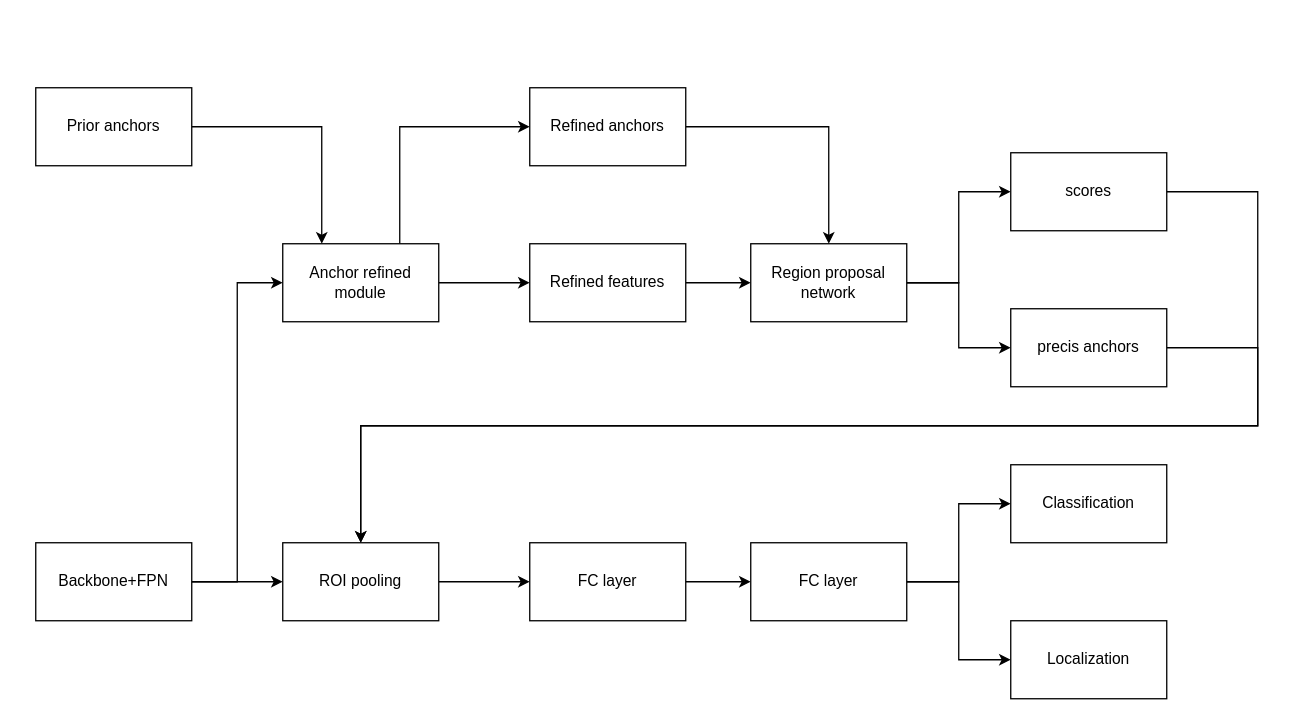
This is Untitled Diagram.drawio from CurryYuan/Pictures, a draw.io file, before an edit. Source tidied: cells renumbered, new cells numbered last; positions are measured from the earlier drawing's top-left corner, leaving out a move shared by most shapes. Both pictures are drawn from the tidied source at 130%, with x=0, y=0 at pixel (35, 87).
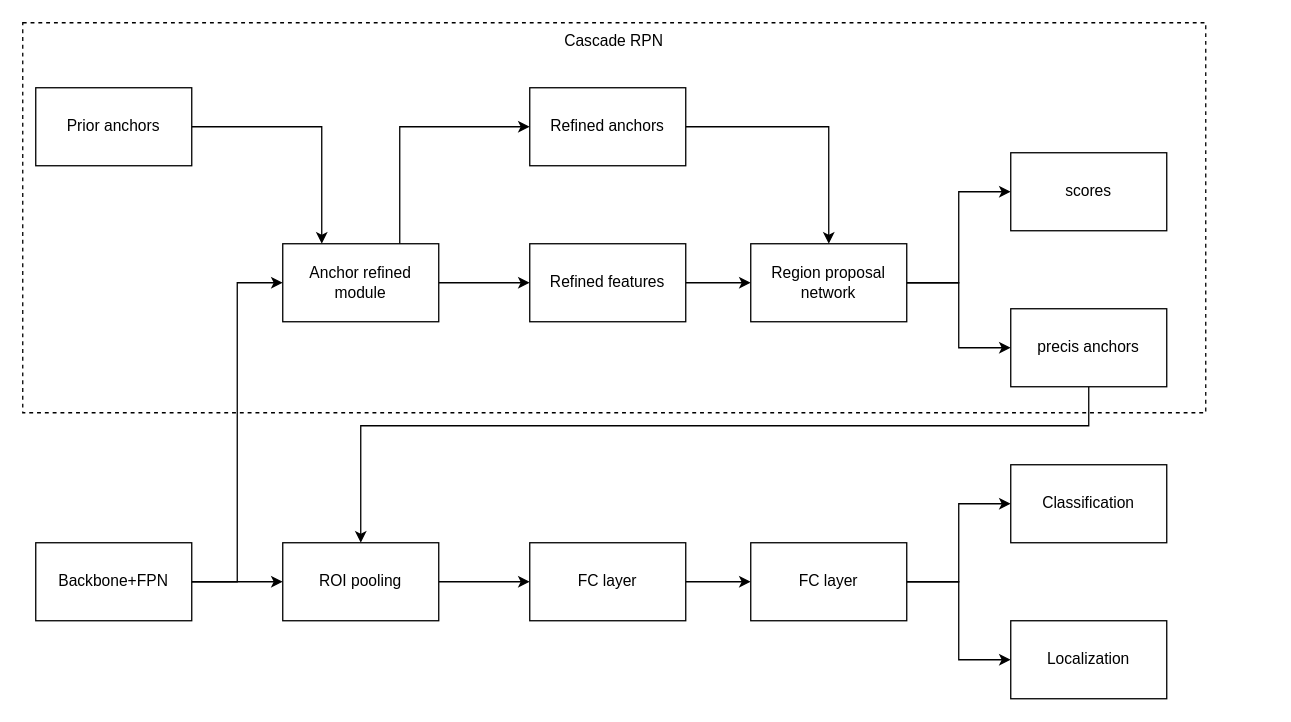
The same diagram, later.

The change refers to these unchanged cells:
```xml
<mxCell id="18" value="scores" style="rounded=0;whiteSpace=wrap;html=1;" parent="1" vertex="1">
  <mxGeometry x="750" y="50" width="120" height="60" as="geometry" />
</mxCell>
<mxCell id="20" value="precis anchors" style="rounded=0;whiteSpace=wrap;html=1;" parent="1" vertex="1">
  <mxGeometry x="750" y="170" width="120" height="60" as="geometry" />
</mxCell>
<mxCell id="22" value="ROI pooling" style="rounded=0;whiteSpace=wrap;html=1;" parent="1" vertex="1">
  <mxGeometry x="190" y="350" width="120" height="60" as="geometry" />
</mxCell>
```

Change to the diagram source:
```diff
@@
+    <mxCell id="30" value="Cascade RPN" style="rounded=0;whiteSpace=wrap;html=1;comic=0;strokeWidth=1;dashed=1;verticalAlign=top;fillColor=none;" parent="1" vertex="1">
+      <mxGeometry x="-10" y="-50" width="910" height="300" as="geometry" />
+    </mxCell>
@@
-    <mxCell id="17" style="edgeStyle=orthogonalEdgeStyle;rounded=0;jettySize=auto;html=1;exitX=1;exitY=0.5;exitDx=0;exitDy=0;entryX=0.5;entryY=0;entryDx=0;entryDy=0;" parent="1" edge="1" source="18" target="22">
-      <mxGeometry relative="1" as="geometry">
-        <Array as="points">
-          <mxPoint x="940" y="80" />
-          <mxPoint x="940" y="260" />
-          <mxPoint x="250" y="260" />
-        </Array>
-      </mxGeometry>
-    </mxCell>
@@
-    <mxCell id="19" style="edgeStyle=orthogonalEdgeStyle;rounded=0;jettySize=auto;html=1;" parent="1" edge="1" source="20" target="22">
+    <mxCell id="19" style="edgeStyle=orthogonalEdgeStyle;rounded=0;jettySize=auto;html=1;exitX=0.5;exitY=1;exitDx=0;exitDy=0;" parent="1" edge="1" source="20" target="22">
       <mxGeometry relative="1" as="geometry">
         <Array as="points">
-          <mxPoint x="940" y="200" />
-          <mxPoint x="940" y="260" />
+          <mxPoint x="810" y="260" />
           <mxPoint x="250" y="260" />
         </Array>
       </mxGeometry>
     </mxCell>
```
